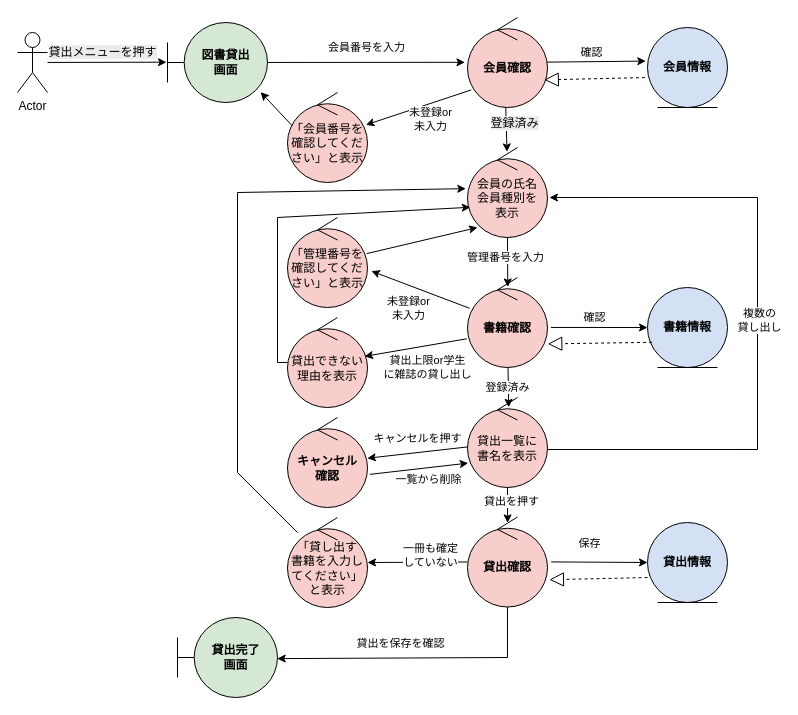
Earlier version of the draw.io diagram group/単位認定試験第2回/コード/ロバストネス図/roba_02_Rental.drawio (ko246/ohara_uml). Source tidied: cells renumbered, new cells numbered last; positions are measured from the earlier drawing's top-left corner, leaving out a move shared by most shapes. Both pictures are drawn from the tidied source at 100%, with x=0, y=0 at pixel (17, 17).
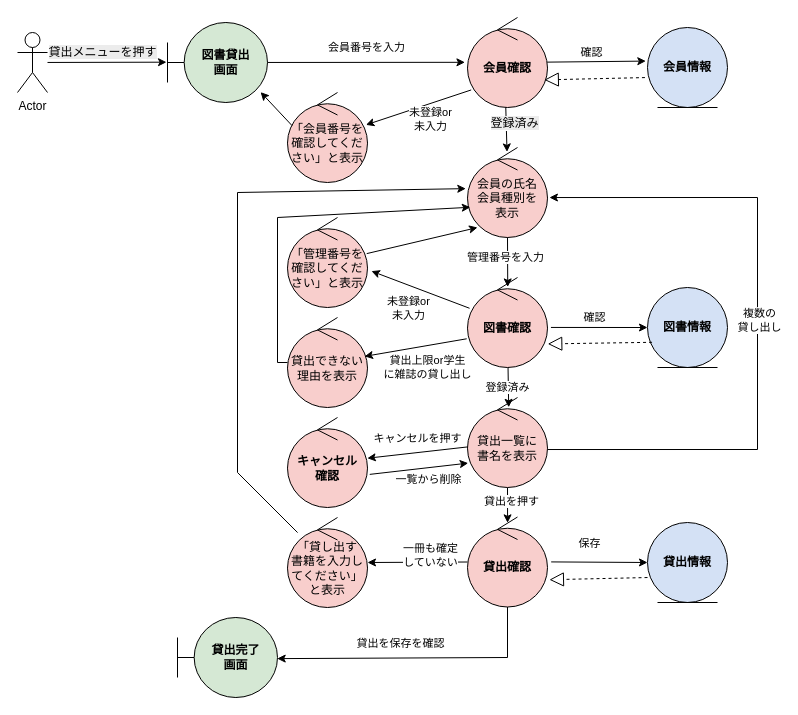
After the change.

What changed in the source:
```diff
@@
-    <mxCell id="20" value="&lt;b&gt;書籍確認&lt;/b&gt;" style="ellipse;shape=umlControl;whiteSpace=wrap;html=1;fillColor=#F8CECC;" parent="1" vertex="1">
+    <mxCell id="20" value="&lt;b&gt;図書確認&lt;/b&gt;" style="ellipse;shape=umlControl;whiteSpace=wrap;html=1;fillColor=#F8CECC;" parent="1" vertex="1">
       <mxGeometry x="450" y="260" width="80" height="90" as="geometry" />
     </mxCell>
@@
-    <mxCell id="41" value="&lt;b&gt;書籍情報&lt;/b&gt;" style="ellipse;shape=umlEntity;whiteSpace=wrap;html=1;fillColor=#D4E1F5;" parent="1" vertex="1">
+    <mxCell id="41" value="&lt;b&gt;図書情報&lt;/b&gt;" style="ellipse;shape=umlEntity;whiteSpace=wrap;html=1;fillColor=#D4E1F5;" parent="1" vertex="1">
       <mxGeometry x="630" y="270" width="80" height="80" as="geometry" />
     </mxCell>
```
